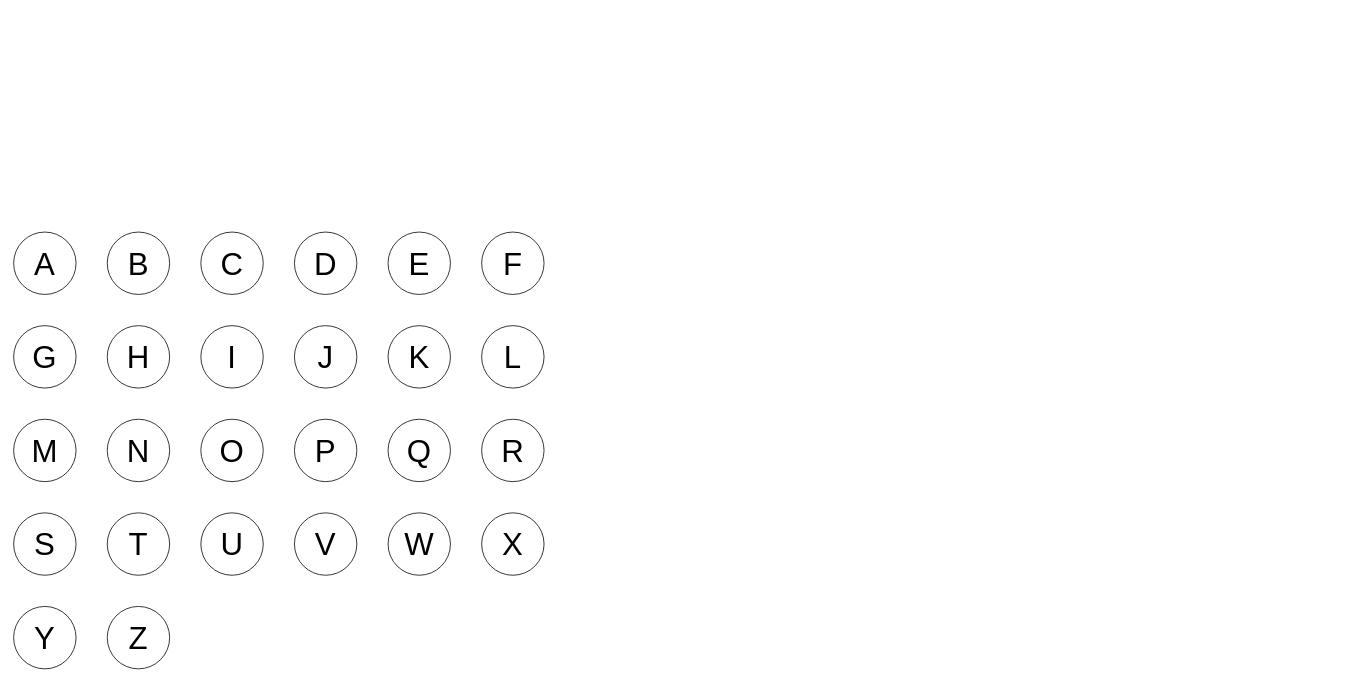
Earlier version of the draw.io diagram feature/ММПР_когнитивная_карта.drawio (ShiryaevNikolay/diagrams). Source tidied: cells renumbered, new cells numbered last; positions are measured from the earlier drawing's top-left corner, leaving out a move shared by most shapes. Both pictures are drawn from the tidied source at 78%, with x=0, y=0 at pixel (13, 232).
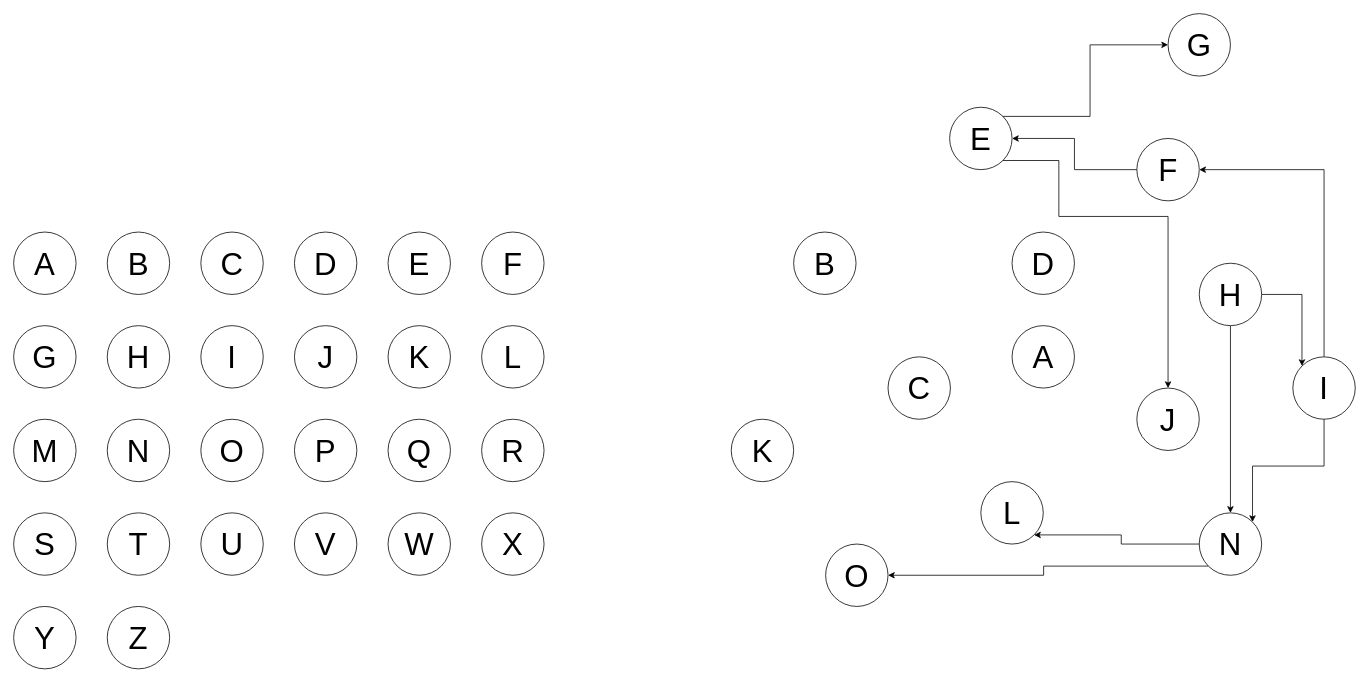
Above is the later version.

What changed in the source:
```diff
@@
-    <mxCell id="3" value="&lt;font style=&quot;font-size: 40px;&quot;&gt;B&lt;/font&gt;" style="ellipse;whiteSpace=wrap;html=1;" parent="1" vertex="1">
+    <mxCell id="3" value="&lt;span style=&quot;font-size: 40px;&quot;&gt;B&lt;/span&gt;" style="ellipse;whiteSpace=wrap;html=1;" parent="1" vertex="1">
       <mxGeometry x="120" width="80" height="80" as="geometry" />
     </mxCell>
@@
+    <mxCell id="28" value="&lt;font style=&quot;font-size: 40px;&quot;&gt;A&lt;/font&gt;" style="ellipse;whiteSpace=wrap;html=1;" parent="1" vertex="1">
+      <mxGeometry x="1280" y="120" width="80" height="80" as="geometry" />
+    </mxCell>
+    <mxCell id="29" value="&lt;span style=&quot;font-size: 40px;&quot;&gt;B&lt;/span&gt;" style="ellipse;whiteSpace=wrap;html=1;" parent="1" vertex="1">
+      <mxGeometry x="1000" width="80" height="80" as="geometry" />
+    </mxCell>
+    <mxCell id="30" value="&lt;font style=&quot;font-size: 40px;&quot;&gt;C&lt;/font&gt;" style="ellipse;whiteSpace=wrap;html=1;" parent="1" vertex="1">
+      <mxGeometry x="1121" y="160" width="80" height="80" as="geometry" />
+    </mxCell>
+    <mxCell id="31" value="&lt;font style=&quot;font-size: 40px;&quot;&gt;D&lt;/font&gt;" style="ellipse;whiteSpace=wrap;html=1;" parent="1" vertex="1">
+      <mxGeometry x="1280" width="80" height="80" as="geometry" />
+    </mxCell>
+    <mxCell id="32" style="edgeStyle=orthogonalEdgeStyle;rounded=0;jettySize=auto;html=1;exitX=1;exitY=0;exitDx=0;exitDy=0;entryX=0;entryY=0.5;entryDx=0;entryDy=0;fontSize=40;" parent="1" edge="1" source="34" target="37">
+      <mxGeometry relative="1" as="geometry" />
+    </mxCell>
+    <mxCell id="33" style="edgeStyle=orthogonalEdgeStyle;rounded=0;jettySize=auto;html=1;exitX=1;exitY=1;exitDx=0;exitDy=0;entryX=0.5;entryY=0;entryDx=0;entryDy=0;fontSize=40;" parent="1" edge="1" source="34" target="44">
+      <mxGeometry relative="1" as="geometry">
+        <Array as="points">
+          <mxPoint x="1340" y="-92" />
+          <mxPoint x="1340" y="-20" />
+          <mxPoint x="1480" y="-20" />
+        </Array>
+      </mxGeometry>
+    </mxCell>
+    <mxCell id="34" value="&lt;font style=&quot;font-size: 40px;&quot;&gt;E&lt;/font&gt;" style="ellipse;whiteSpace=wrap;html=1;" parent="1" vertex="1">
+      <mxGeometry x="1200" y="-160" width="80" height="80" as="geometry" />
+    </mxCell>
+    <mxCell id="35" style="edgeStyle=orthogonalEdgeStyle;rounded=0;jettySize=auto;html=1;exitX=0;exitY=0.5;exitDx=0;exitDy=0;entryX=1;entryY=0.5;entryDx=0;entryDy=0;fontSize=40;" parent="1" edge="1" source="36" target="34">
+      <mxGeometry relative="1" as="geometry" />
+    </mxCell>
+    <mxCell id="36" value="&lt;font style=&quot;font-size: 40px;&quot;&gt;F&lt;/font&gt;" style="ellipse;whiteSpace=wrap;html=1;" parent="1" vertex="1">
+      <mxGeometry x="1440" y="-120" width="80" height="80" as="geometry" />
+    </mxCell>
+    <mxCell id="37" value="&lt;font style=&quot;font-size: 40px;&quot;&gt;G&lt;/font&gt;" style="ellipse;whiteSpace=wrap;html=1;" parent="1" vertex="1">
+      <mxGeometry x="1480" y="-280" width="80" height="80" as="geometry" />
+    </mxCell>
+    <mxCell id="38" style="edgeStyle=orthogonalEdgeStyle;rounded=0;jettySize=auto;html=1;exitX=1;exitY=0.5;exitDx=0;exitDy=0;entryX=0;entryY=0;entryDx=0;entryDy=0;fontSize=40;" parent="1" edge="1" source="40" target="43">
+      <mxGeometry relative="1" as="geometry" />
+    </mxCell>
+    <mxCell id="39" style="edgeStyle=orthogonalEdgeStyle;rounded=0;jettySize=auto;html=1;exitX=0.5;exitY=1;exitDx=0;exitDy=0;entryX=0.5;entryY=0;entryDx=0;entryDy=0;fontSize=40;" parent="1" edge="1" source="40" target="49">
+      <mxGeometry relative="1" as="geometry" />
+    </mxCell>
+    <mxCell id="40" value="&lt;span style=&quot;font-size: 40px;&quot;&gt;H&lt;br&gt;&lt;/span&gt;" style="ellipse;whiteSpace=wrap;html=1;" parent="1" vertex="1">
+      <mxGeometry x="1520" y="40" width="80" height="80" as="geometry" />
+    </mxCell>
+    <mxCell id="41" style="edgeStyle=orthogonalEdgeStyle;rounded=0;jettySize=auto;html=1;exitX=0.5;exitY=0;exitDx=0;exitDy=0;entryX=1;entryY=0.5;entryDx=0;entryDy=0;fontSize=40;" parent="1" edge="1" source="43" target="36">
+      <mxGeometry relative="1" as="geometry" />
+    </mxCell>
+    <mxCell id="42" style="edgeStyle=orthogonalEdgeStyle;rounded=0;jettySize=auto;html=1;exitX=0.5;exitY=1;exitDx=0;exitDy=0;entryX=1;entryY=0;entryDx=0;entryDy=0;fontSize=40;" parent="1" edge="1" source="43" target="49">
+      <mxGeometry relative="1" as="geometry" />
+    </mxCell>
+    <mxCell id="43" value="&lt;span style=&quot;font-size: 40px;&quot;&gt;I&lt;br&gt;&lt;/span&gt;" style="ellipse;whiteSpace=wrap;html=1;" parent="1" vertex="1">
+      <mxGeometry x="1640" y="160" width="80" height="80" as="geometry" />
+    </mxCell>
+    <mxCell id="44" value="&lt;span style=&quot;font-size: 40px;&quot;&gt;J&lt;br&gt;&lt;/span&gt;" style="ellipse;whiteSpace=wrap;html=1;" parent="1" vertex="1">
+      <mxGeometry x="1440" y="200" width="80" height="80" as="geometry" />
+    </mxCell>
+    <mxCell id="45" value="&lt;span style=&quot;font-size: 40px;&quot;&gt;K&lt;br&gt;&lt;/span&gt;" style="ellipse;whiteSpace=wrap;html=1;" parent="1" vertex="1">
+      <mxGeometry x="920" y="240" width="80" height="80" as="geometry" />
+    </mxCell>
+    <mxCell id="46" value="&lt;span style=&quot;font-size: 40px;&quot;&gt;L&lt;br&gt;&lt;/span&gt;" style="ellipse;whiteSpace=wrap;html=1;" parent="1" vertex="1">
+      <mxGeometry x="1240" y="320" width="80" height="80" as="geometry" />
+    </mxCell>
+    <mxCell id="47" style="edgeStyle=orthogonalEdgeStyle;rounded=0;jettySize=auto;html=1;exitX=0;exitY=0.5;exitDx=0;exitDy=0;entryX=1;entryY=1;entryDx=0;entryDy=0;fontSize=40;" parent="1" edge="1" source="49" target="46">
+      <mxGeometry relative="1" as="geometry" />
+    </mxCell>
+    <mxCell id="48" style="edgeStyle=orthogonalEdgeStyle;rounded=0;jettySize=auto;html=1;exitX=0;exitY=1;exitDx=0;exitDy=0;entryX=1;entryY=0.5;entryDx=0;entryDy=0;fontSize=40;" parent="1" edge="1" source="49" target="50">
+      <mxGeometry relative="1" as="geometry" />
+    </mxCell>
+    <mxCell id="49" value="&lt;span style=&quot;font-size: 40px;&quot;&gt;N&lt;br&gt;&lt;/span&gt;" style="ellipse;whiteSpace=wrap;html=1;" parent="1" vertex="1">
+      <mxGeometry x="1520" y="360" width="80" height="80" as="geometry" />
+    </mxCell>
+    <mxCell id="50" value="&lt;span style=&quot;font-size: 40px;&quot;&gt;O&lt;br&gt;&lt;/span&gt;" style="ellipse;whiteSpace=wrap;html=1;" parent="1" vertex="1">
+      <mxGeometry x="1041" y="400" width="80" height="80" as="geometry" />
+    </mxCell>
```
